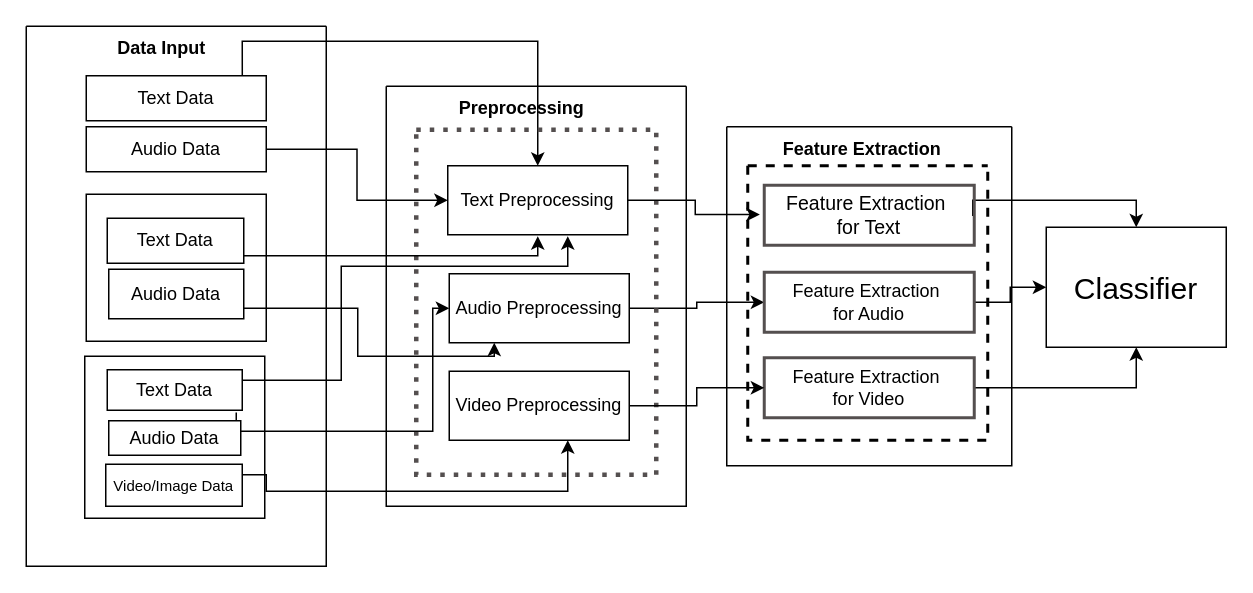
theJohnCode/storage keeps this draw.io diagram as one/Untitled Diagram.drawio. Above is the earlier version. Source tidied: cells renumbered, new cells numbered last; positions are measured from the earlier drawing's top-left corner, leaving out a move shared by most shapes. Both pictures are drawn from the tidied source at 150%, with x=0, y=0 at pixel (26, 26).
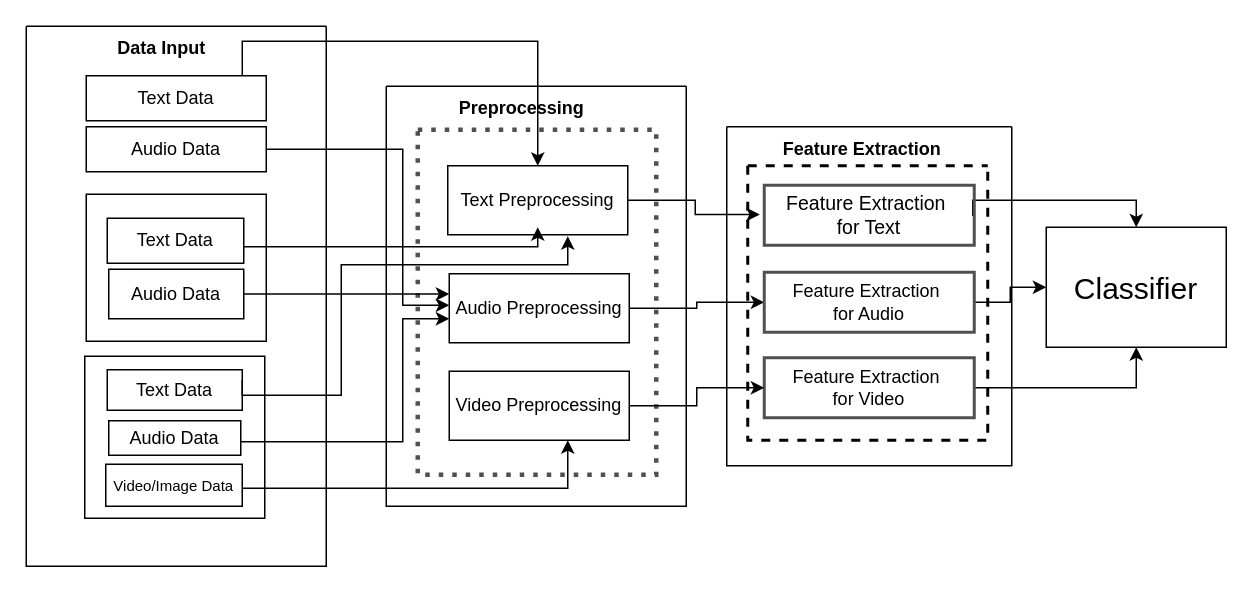
Above is the later version.

The change refers to these unchanged cells:
```xml
<mxCell id="6" style="swimlane;startSize=0;" parent="1" vertex="1">
  <mxGeometry width="200" height="360" as="geometry" />
</mxCell>
<mxCell id="12" value="Audio Data" style="rounded=0;whiteSpace=wrap;html=1;" parent="6" vertex="1">
  <mxGeometry x="40" y="67" width="120" height="30" as="geometry" />
</mxCell>
<mxCell id="13" value="Text Data" style="rounded=0;whiteSpace=wrap;html=1;" parent="6" vertex="1">
  <mxGeometry x="54" y="128" width="91" height="30" as="geometry" />
</mxCell>
<mxCell id="14" value="Audio Data" style="rounded=0;whiteSpace=wrap;html=1;" parent="6" vertex="1">
  <mxGeometry x="55" y="162" width="90" height="33" as="geometry" />
</mxCell>
<mxCell id="17" value="Text Data" style="rounded=0;whiteSpace=wrap;html=1;" parent="6" vertex="1">
  <mxGeometry x="54" y="229" width="90" height="27" as="geometry" />
</mxCell>
<mxCell id="19" value="Text Preprocessing" style="rounded=0;whiteSpace=wrap;html=1;" parent="18" vertex="1">
  <mxGeometry x="41" y="53" width="120" height="46" as="geometry" />
</mxCell>
<mxCell id="21" value="Audio Preprocessing" style="rounded=0;whiteSpace=wrap;html=1;" parent="18" vertex="1">
  <mxGeometry x="42" y="125" width="120" height="46" as="geometry" />
</mxCell>
```

What changed in the source:
```diff
@@
     <mxCell id="5" style="rounded=0;whiteSpace=wrap;html=1;strokeColor=light-dark(#544f4f, #ededed);dashed=1;dashPattern=1 2;strokeWidth=3;fillColor=none;perimeterSpacing=0;" parent="1" vertex="1">
-      <mxGeometry x="260" y="69" width="160" height="230" as="geometry" />
+      <mxGeometry x="261" y="69" width="159" height="230" as="geometry" />
     </mxCell>
@@
-    <mxCell id="7" style="edgeStyle=orthogonalEdgeStyle;rounded=0;jettySize=auto;html=1;exitX=1;exitY=0.5;exitDx=0;exitDy=0;" parent="6" edge="1" target="21">
+    <mxCell id="7" style="edgeStyle=orthogonalEdgeStyle;rounded=0;orthogonalLoop=1;jettySize=auto;html=1;exitX=1;exitY=0.5;exitDx=0;exitDy=0;" parent="6" edge="1">
       <mxGeometry relative="1" as="geometry">
-        <mxPoint x="140" y="257.5" as="sourcePoint" />
+        <mxPoint x="140" y="264.5" as="sourcePoint" />
+        <mxPoint x="282" y="195" as="targetPoint" />
         <Array as="points">
-          <mxPoint x="140" y="270" />
-          <mxPoint x="271" y="270" />
-          <mxPoint x="271" y="188" />
+          <mxPoint x="140" y="277" />
+          <mxPoint x="251" y="277" />
+          <mxPoint x="251" y="195" />
         </Array>
       </mxGeometry>
     </mxCell>
@@
-    <mxCell id="16" value="&lt;font style=&quot;font-size: 10px;&quot;&gt;Video/Image Data&lt;/font&gt;" style="rounded=0;whiteSpace=wrap;html=1;" parent="6" vertex="1">
+    <mxCell id="16" value="&lt;font style=&quot;font-size: 10px;&quot;&gt;Video/Image Data&lt;/font&gt;" style="rounded=0;whiteSpace=wrap;html=1;strokeWidth=1;" parent="6" vertex="1">
       <mxGeometry x="53" y="292" width="91" height="28" as="geometry" />
     </mxCell>
@@
-    <mxCell id="29" style="edgeStyle=orthogonalEdgeStyle;rounded=0;jettySize=auto;html=1;" parent="1" edge="1" source="13">
+    <mxCell id="29" style="edgeStyle=orthogonalEdgeStyle;rounded=0;orthogonalLoop=1;jettySize=auto;html=1;" parent="1" edge="1">
       <mxGeometry relative="1" as="geometry">
-        <mxPoint x="341" y="140" as="targetPoint" />
+        <mxPoint x="145" y="147" as="sourcePoint" />
+        <mxPoint x="341" y="134" as="targetPoint" />
         <Array as="points">
-          <mxPoint x="341" y="153" />
+          <mxPoint x="341" y="147" />
         </Array>
       </mxGeometry>
     </mxCell>
-    <mxCell id="30" style="edgeStyle=orthogonalEdgeStyle;rounded=0;jettySize=auto;html=1;" parent="1" edge="1" source="17">
+    <mxCell id="30" style="edgeStyle=orthogonalEdgeStyle;rounded=0;orthogonalLoop=1;jettySize=auto;html=1;" parent="1" edge="1">
       <mxGeometry relative="1" as="geometry">
+        <mxPoint x="144" y="236" as="sourcePoint" />
         <mxPoint x="361" y="140" as="targetPoint" />
         <Array as="points">
-          <mxPoint x="210" y="236" />
-          <mxPoint x="210" y="160" />
-          <mxPoint x="361" y="160" />
+          <mxPoint x="144" y="246" />
+          <mxPoint x="210" y="246" />
+          <mxPoint x="210" y="159" />
+          <mxPoint x="361" y="159" />
         </Array>
       </mxGeometry>
     </mxCell>
-    <mxCell id="31" style="edgeStyle=orthogonalEdgeStyle;rounded=0;jettySize=auto;html=1;entryX=0.25;entryY=1;entryDx=0;entryDy=0;" parent="1" edge="1" source="14" target="21">
-      <mxGeometry relative="1" as="geometry">
-        <Array as="points">
-          <mxPoint x="221" y="188" />
-          <mxPoint x="221" y="220" />
-          <mxPoint x="312" y="220" />
-        </Array>
-      </mxGeometry>
-    </mxCell>
-    <mxCell id="32" style="edgeStyle=orthogonalEdgeStyle;rounded=0;jettySize=auto;html=1;entryX=0.408;entryY=1.087;entryDx=0;entryDy=0;entryPerimeter=0;exitX=1;exitY=0.25;exitDx=0;exitDy=0;" parent="1" edge="1" source="16">
+    <mxCell id="32" style="edgeStyle=orthogonalEdgeStyle;rounded=0;orthogonalLoop=1;jettySize=auto;html=1;exitX=1;exitY=0.25;exitDx=0;exitDy=0;" parent="1" edge="1">
       <mxGeometry relative="1" as="geometry">
+        <mxPoint x="144" y="308" as="sourcePoint" />
         <mxPoint x="361" y="276" as="targetPoint" />
         <Array as="points">
-          <mxPoint x="160" y="310" />
-          <mxPoint x="361" y="310" />
+          <mxPoint x="361" y="308" />
         </Array>
       </mxGeometry>
     </mxCell>
@@
-    <mxCell id="37" style="edgeStyle=orthogonalEdgeStyle;rounded=0;jettySize=auto;html=1;entryX=0;entryY=0.5;entryDx=0;entryDy=0;" parent="1" edge="1" source="12" target="19">
-      <mxGeometry relative="1" as="geometry" />
+    <mxCell id="37" style="edgeStyle=orthogonalEdgeStyle;rounded=0;jettySize=auto;html=1;exitX=1;exitY=0.5;exitDx=0;exitDy=0;" parent="1" edge="1" source="12">
+      <mxGeometry relative="1" as="geometry">
+        <mxPoint x="282" y="186" as="targetPoint" />
+        <Array as="points">
+          <mxPoint x="251" y="82" />
+          <mxPoint x="251" y="186" />
+        </Array>
+      </mxGeometry>
     </mxCell>
@@
+    <mxCell id="39" style="edgeStyle=orthogonalEdgeStyle;rounded=0;jettySize=auto;html=1;exitX=1;exitY=0.5;exitDx=0;exitDy=0;" parent="1" edge="1" source="14">
+      <mxGeometry relative="1" as="geometry">
+        <mxPoint x="282" y="178.5" as="targetPoint" />
+      </mxGeometry>
+    </mxCell>
```
